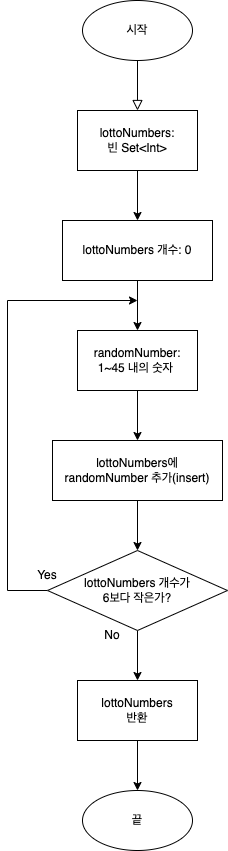
The draw.io diagram Step1_FlowChart.png in yagom-academy/swift-starter-Round2, before a commit. Source tidied: cells renumbered, new cells last; positions are measured from the earlier drawing's top-left corner, leaving out a move shared by most shapes.
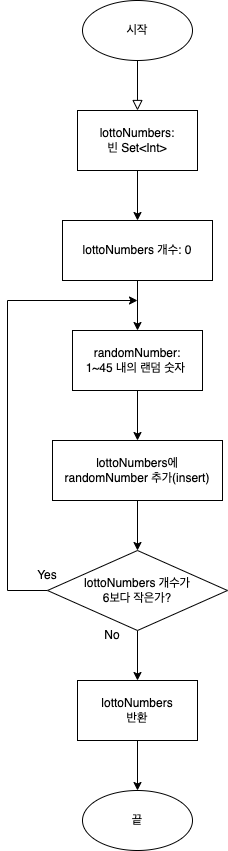
The same file after the commit.

The edit, as a diff of the source:
```diff
@@ -26,8 +26,8 @@
     <mxCell id="8" style="edgeStyle=orthogonalEdgeStyle;rounded=0;jettySize=auto;html=1;exitX=0.5;exitY=1;exitDx=0;exitDy=0;" parent="1" edge="1" source="9" target="11">
       <mxGeometry relative="1" as="geometry" />
     </mxCell>
-    <mxCell id="9" value="randomNumber: &lt;br&gt;1~45 내의 숫자&amp;nbsp;" style="rounded=0;whiteSpace=wrap;html=1;" parent="1" vertex="1">
-      <mxGeometry x="70" y="330" width="120" height="60" as="geometry" />
+    <mxCell id="9" value="randomNumber: &lt;br&gt;1~45 내의 랜덤 숫자&amp;nbsp;" style="rounded=0;whiteSpace=wrap;html=1;" parent="1" vertex="1">
+      <mxGeometry x="65" y="330" width="130" height="60" as="geometry" />
     </mxCell>
     <mxCell id="10" style="edgeStyle=orthogonalEdgeStyle;rounded=0;jettySize=auto;html=1;" parent="1" edge="1" source="11" target="14">
       <mxGeometry relative="1" as="geometry" />
```
